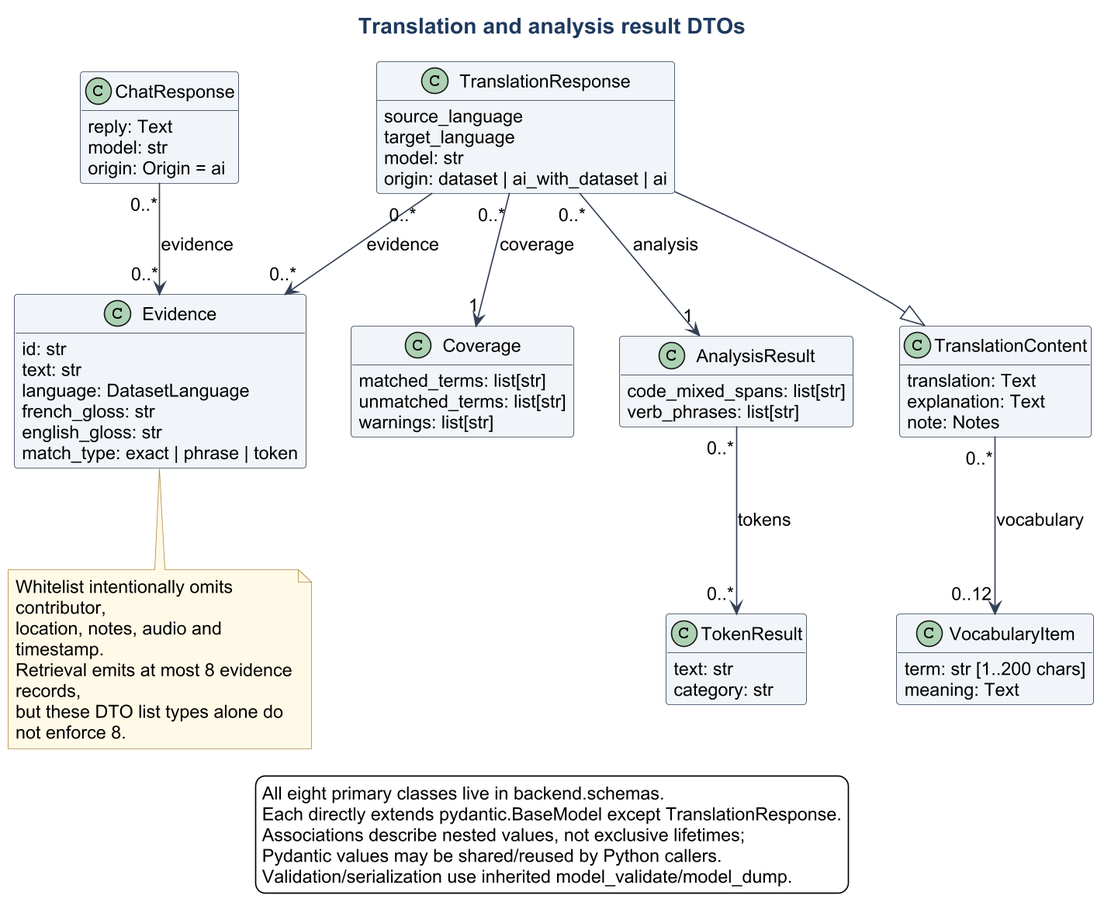
Above: docs/diagrams/class-api-results.png in Suraku237/francanglaiscompiler (PlantUML), before the change.
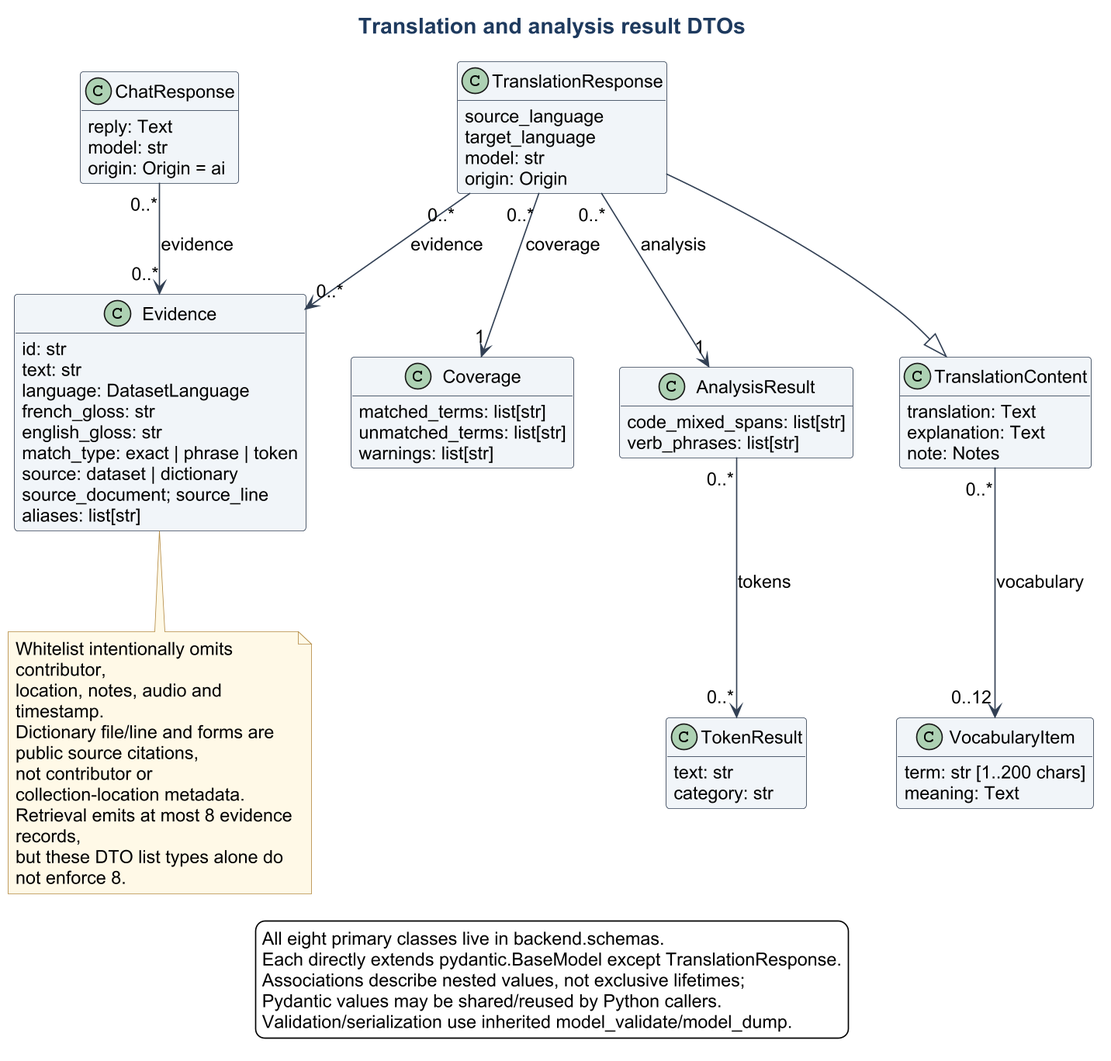
After the commit.

Change to the diagram source:
```diff
@@ -11,7 +11,7 @@
   source_language
   target_language
   model: str
-  origin: dataset | ai_with_dataset | ai
+  origin: Origin
 }
 class VocabularyItem {
   term: str [1..200 chars]
@@ -24,6 +24,9 @@
   french_gloss: str
   english_gloss: str
   match_type: exact | phrase | token
+  source: dataset | dictionary
+  source_document; source_line
+  aliases: list[str]
 }
 class Coverage {
   matched_terms: list[str]
@@ -53,6 +56,8 @@
 note bottom of Evidence
   Whitelist intentionally omits contributor,
   location, notes, audio and timestamp.
+  Dictionary file/line and forms are public source citations,
+  not contributor or collection-location metadata.
   Retrieval emits at most 8 evidence records,
   but these DTO list types alone do not enforce 8.
 end note
```
